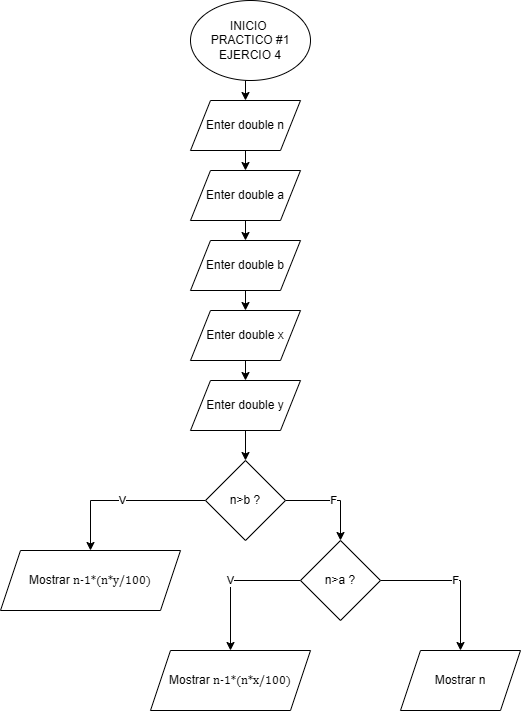
The draw.io diagram Pract1 Eje4.drawio.png in D4ri4na/DiagramasDeFlujo, before a commit. Source tidied: cells renumbered, new cells last; positions are measured from the earlier drawing's top-left corner, leaving out a move shared by most shapes.
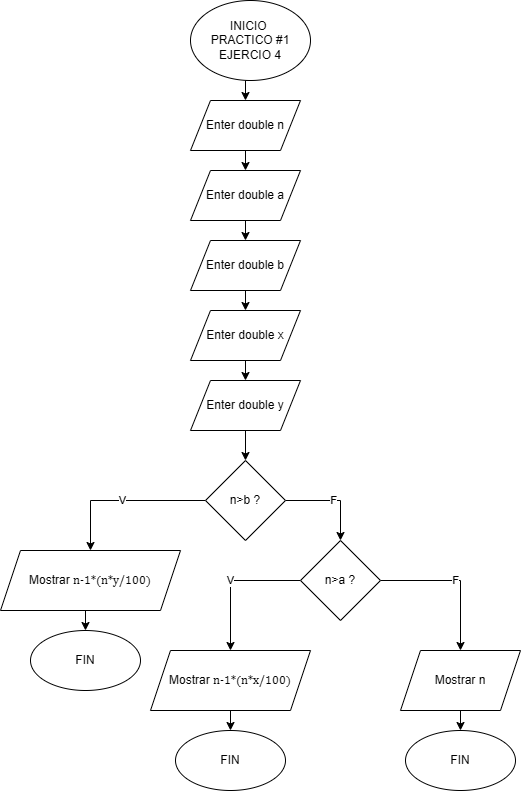
Above is the later version.

Change to the diagram source:
```diff
@@ -55,6 +55,11 @@
     <mxCell id="16" value="n&amp;gt;b ?" style="rhombus;whiteSpace=wrap;html=1;" parent="1" vertex="1">
       <mxGeometry x="205" y="460" width="80" height="80" as="geometry" />
     </mxCell>
+    <mxCell id="23" style="edgeStyle=orthogonalEdgeStyle;rounded=0;jettySize=auto;html=1;exitX=0.25;exitY=1;exitDx=0;exitDy=0;entryX=0.5;entryY=0;entryDx=0;entryDy=0;" parent="1" edge="1" target="24">
+      <mxGeometry relative="1" as="geometry">
+        <mxPoint x="85" y="610" as="sourcePoint" />
+      </mxGeometry>
+    </mxCell>
     <mxCell id="17" value="Mostrar&amp;nbsp;&lt;span style=&quot;text-indent: 0in; background-color: initial; font-family: &amp;quot;Cambria Math&amp;quot;;&quot;&gt;n-1*&lt;/span&gt;&lt;span style=&quot;text-indent: 0in; background-color: initial; font-family: &amp;quot;Cambria Math&amp;quot;;&quot;&gt;(n*&lt;/span&gt;&lt;span style=&quot;text-indent: 0in; background-color: initial; font-family: &amp;quot;Cambria Math&amp;quot;;&quot;&gt;y/100)&lt;/span&gt;" style="shape=parallelogram;perimeter=parallelogramPerimeter;whiteSpace=wrap;html=1;fixedSize=1;" parent="1" vertex="1">
       <mxGeometry y="550" width="180" height="60" as="geometry" />
     </mxCell>
@@ -73,5 +78,24 @@
     <mxCell id="22" value="Mostrar n" style="shape=parallelogram;perimeter=parallelogramPerimeter;whiteSpace=wrap;html=1;fixedSize=1;" parent="1" vertex="1">
       <mxGeometry x="400" y="650" width="120" height="60" as="geometry" />
     </mxCell>
+    <mxCell id="24" value="FIN" style="ellipse;whiteSpace=wrap;html=1;" parent="1" vertex="1">
+      <mxGeometry x="30" y="630" width="110" height="60" as="geometry" />
+    </mxCell>
+    <mxCell id="25" style="edgeStyle=orthogonalEdgeStyle;rounded=0;jettySize=auto;html=1;exitX=0.25;exitY=1;exitDx=0;exitDy=0;entryX=0.5;entryY=0;entryDx=0;entryDy=0;" parent="1" edge="1" target="26">
+      <mxGeometry relative="1" as="geometry">
+        <mxPoint x="230" y="710" as="sourcePoint" />
+      </mxGeometry>
+    </mxCell>
+    <mxCell id="26" value="FIN" style="ellipse;whiteSpace=wrap;html=1;" parent="1" vertex="1">
+      <mxGeometry x="175" y="730" width="110" height="60" as="geometry" />
+    </mxCell>
+    <mxCell id="27" style="edgeStyle=orthogonalEdgeStyle;rounded=0;jettySize=auto;html=1;exitX=0.25;exitY=1;exitDx=0;exitDy=0;entryX=0.5;entryY=0;entryDx=0;entryDy=0;" parent="1" edge="1" target="28">
+      <mxGeometry relative="1" as="geometry">
+        <mxPoint x="460" y="710" as="sourcePoint" />
+      </mxGeometry>
+    </mxCell>
+    <mxCell id="28" value="FIN" style="ellipse;whiteSpace=wrap;html=1;" parent="1" vertex="1">
+      <mxGeometry x="405" y="730" width="110" height="60" as="geometry" />
+    </mxCell>
   </root>
 </mxGraphModel>
```
